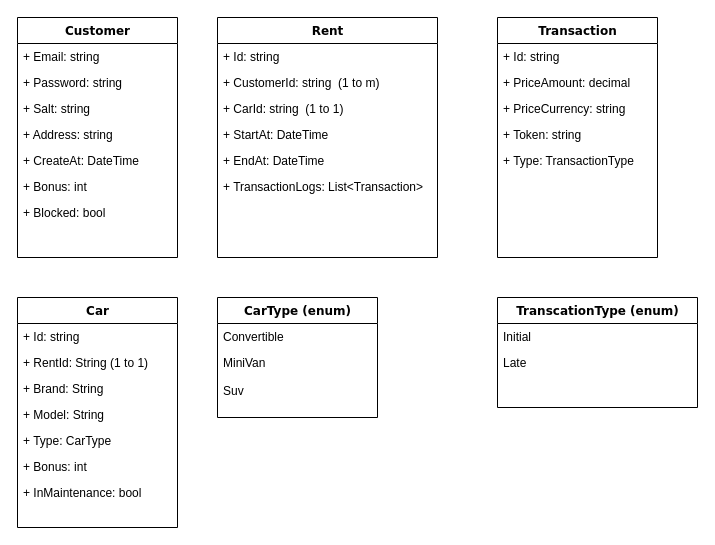
The draw.io diagram CarRental/Docs/carRentalClass.drawio in vinisuarez/CarRental, before the edit. Source tidied: cells renumbered, new cells numbered last; positions are measured from the earlier drawing's top-left corner, leaving out a move shared by most shapes. Both pictures are drawn from the tidied source at 100%, with x=0, y=0 at pixel (17, 17).
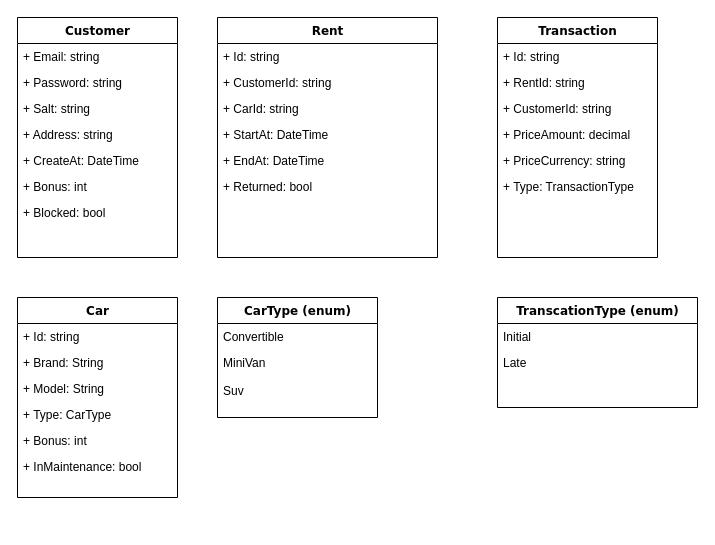
The same diagram, later.

The change refers to these unchanged cells:
```xml
<mxCell id="10" value="Rent" style="swimlane;html=1;fontStyle=1;align=center;verticalAlign=top;horizontal=1;startSize=26;swimlaneFillColor=#ffffff;rounded=0;shadow=0;comic=0;labelBackgroundColor=none;strokeWidth=1;fillColor=none;fontFamily=Verdana;fontSize=12;" parent="1" vertex="1">
  <mxGeometry x="200" width="220" height="240" as="geometry" />
</mxCell>
<mxCell id="25" value="Transaction" style="swimlane;html=1;fontStyle=1;align=center;verticalAlign=top;horizontal=1;startSize=26;swimlaneFillColor=#ffffff;rounded=0;shadow=0;comic=0;labelBackgroundColor=none;strokeWidth=1;fillColor=none;fontFamily=Verdana;fontSize=12;" parent="1" vertex="1">
  <mxGeometry x="480" width="160" height="240" as="geometry" />
</mxCell>
```

What changed in the source:
```diff
@@
-    <mxCell id="12" value="+ CustomerId: string&amp;nbsp;&amp;nbsp;(1 to m)" style="text;html=1;strokeColor=none;fillColor=none;align=left;verticalAlign=top;spacingLeft=4;spacingRight=4;whiteSpace=wrap;overflow=hidden;" parent="10" vertex="1">
+    <mxCell id="12" value="+ CustomerId: string" style="text;html=1;strokeColor=none;fillColor=none;align=left;verticalAlign=top;spacingLeft=4;spacingRight=4;whiteSpace=wrap;overflow=hidden;" parent="10" vertex="1">
       <mxGeometry y="52" width="220" height="26" as="geometry" />
     </mxCell>
-    <mxCell id="13" value="+ CarId: string&amp;nbsp;&amp;nbsp;(1 to 1)" style="text;html=1;strokeColor=none;fillColor=none;align=left;verticalAlign=top;spacingLeft=4;spacingRight=4;whiteSpace=wrap;overflow=hidden;" parent="10" vertex="1">
+    <mxCell id="13" value="+ CarId: string" style="text;html=1;strokeColor=none;fillColor=none;align=left;verticalAlign=top;spacingLeft=4;spacingRight=4;whiteSpace=wrap;overflow=hidden;" parent="10" vertex="1">
       <mxGeometry y="78" width="220" height="26" as="geometry" />
     </mxCell>
@@
-    <mxCell id="16" value="+ TransactionLogs: List&amp;lt;Transaction&amp;gt;" style="text;html=1;strokeColor=none;fillColor=none;align=left;verticalAlign=top;spacingLeft=4;spacingRight=4;whiteSpace=wrap;overflow=hidden;" parent="10" vertex="1">
-      <mxGeometry y="156" width="220" height="26" as="geometry" />
-    </mxCell>
+    <mxCell id="38" value="+ Returned: bool" style="text;html=1;strokeColor=none;fillColor=none;align=left;verticalAlign=top;spacingLeft=4;spacingRight=4;whiteSpace=wrap;overflow=hidden;" parent="10" vertex="1">
+      <mxGeometry y="156" width="220" height="26" as="geometry" />
+    </mxCell>
     <mxCell id="17" value="Car" style="swimlane;html=1;fontStyle=1;align=center;verticalAlign=top;horizontal=1;startSize=26;swimlaneFillColor=#ffffff;rounded=0;shadow=0;comic=0;labelBackgroundColor=none;strokeWidth=1;fillColor=none;fontFamily=Verdana;fontSize=12;" parent="1" vertex="1">
-      <mxGeometry y="280" width="160" height="230" as="geometry" />
+      <mxGeometry y="280" width="160" height="200" as="geometry" />
     </mxCell>
@@
-    <mxCell id="19" value="+ RentId: String (1 to 1)" style="text;html=1;strokeColor=none;fillColor=none;align=left;verticalAlign=top;spacingLeft=4;spacingRight=4;whiteSpace=wrap;overflow=hidden;" parent="17" vertex="1">
-      <mxGeometry y="52" width="160" height="26" as="geometry" />
-    </mxCell>
     <mxCell id="20" value="+ Brand: String" style="text;html=1;strokeColor=none;fillColor=none;align=left;verticalAlign=top;spacingLeft=4;spacingRight=4;whiteSpace=wrap;overflow=hidden;" parent="17" vertex="1">
-      <mxGeometry y="78" width="160" height="26" as="geometry" />
+      <mxGeometry y="52" width="160" height="26" as="geometry" />
     </mxCell>
     <mxCell id="21" value="+ Model: String" style="text;html=1;strokeColor=none;fillColor=none;align=left;verticalAlign=top;spacingLeft=4;spacingRight=4;whiteSpace=wrap;overflow=hidden;" parent="17" vertex="1">
-      <mxGeometry y="104" width="160" height="26" as="geometry" />
+      <mxGeometry y="78" width="160" height="26" as="geometry" />
     </mxCell>
     <mxCell id="22" value="+ Type: CarType" style="text;html=1;strokeColor=none;fillColor=none;align=left;verticalAlign=top;spacingLeft=4;spacingRight=4;whiteSpace=wrap;overflow=hidden;" parent="17" vertex="1">
-      <mxGeometry y="130" width="160" height="26" as="geometry" />
+      <mxGeometry y="104" width="160" height="26" as="geometry" />
     </mxCell>
     <mxCell id="23" value="+ Bonus: int" style="text;html=1;strokeColor=none;fillColor=none;align=left;verticalAlign=top;spacingLeft=4;spacingRight=4;whiteSpace=wrap;overflow=hidden;" parent="17" vertex="1">
-      <mxGeometry y="156" width="160" height="26" as="geometry" />
+      <mxGeometry y="130" width="160" height="26" as="geometry" />
     </mxCell>
     <mxCell id="24" value="+ InMaintenance: bool" style="text;html=1;strokeColor=none;fillColor=none;align=left;verticalAlign=top;spacingLeft=4;spacingRight=4;whiteSpace=wrap;overflow=hidden;" parent="17" vertex="1">
-      <mxGeometry y="182" width="160" height="26" as="geometry" />
+      <mxGeometry y="156" width="160" height="26" as="geometry" />
     </mxCell>
@@
+    <mxCell id="39" value="+ RentId: string&lt;br&gt;" style="text;html=1;strokeColor=none;fillColor=none;align=left;verticalAlign=top;spacingLeft=4;spacingRight=4;whiteSpace=wrap;overflow=hidden;" parent="25" vertex="1">
+      <mxGeometry y="52" width="160" height="26" as="geometry" />
+    </mxCell>
+    <mxCell id="40" value="+ CustomerId: string" style="text;html=1;strokeColor=none;fillColor=none;align=left;verticalAlign=top;spacingLeft=4;spacingRight=4;whiteSpace=wrap;overflow=hidden;" parent="25" vertex="1">
+      <mxGeometry y="78" width="160" height="26" as="geometry" />
+    </mxCell>
     <mxCell id="27" value="+ PriceAmount: decimal" style="text;html=1;strokeColor=none;fillColor=none;align=left;verticalAlign=top;spacingLeft=4;spacingRight=4;whiteSpace=wrap;overflow=hidden;" parent="25" vertex="1">
-      <mxGeometry y="52" width="160" height="26" as="geometry" />
+      <mxGeometry y="104" width="160" height="26" as="geometry" />
     </mxCell>
     <mxCell id="28" value="+ PriceCurrency: string" style="text;html=1;strokeColor=none;fillColor=none;align=left;verticalAlign=top;spacingLeft=4;spacingRight=4;whiteSpace=wrap;overflow=hidden;" parent="25" vertex="1">
-      <mxGeometry y="78" width="160" height="26" as="geometry" />
+      <mxGeometry y="130" width="160" height="26" as="geometry" />
     </mxCell>
-    <mxCell id="29" value="+ Token: string" style="text;html=1;strokeColor=none;fillColor=none;align=left;verticalAlign=top;spacingLeft=4;spacingRight=4;whiteSpace=wrap;overflow=hidden;" parent="25" vertex="1">
-      <mxGeometry y="104" width="160" height="26" as="geometry" />
-    </mxCell>
     <mxCell id="30" value="+ Type: TransactionType" style="text;html=1;strokeColor=none;fillColor=none;align=left;verticalAlign=top;spacingLeft=4;spacingRight=4;whiteSpace=wrap;overflow=hidden;" parent="25" vertex="1">
-      <mxGeometry y="130" width="160" height="26" as="geometry" />
+      <mxGeometry y="156" width="160" height="26" as="geometry" />
     </mxCell>
```
